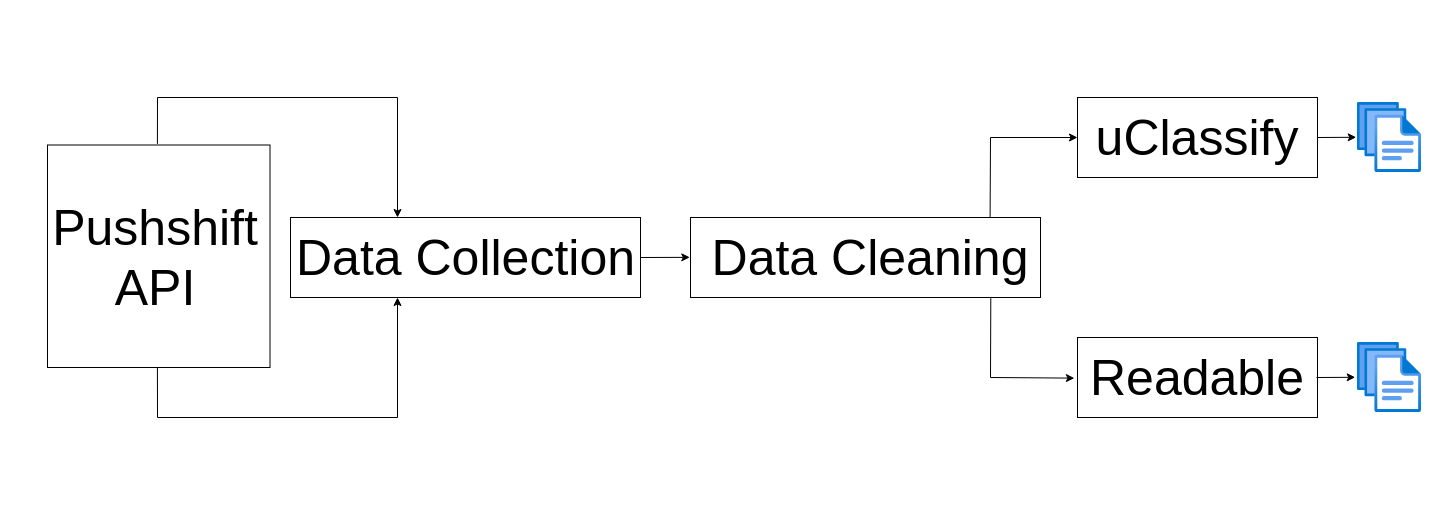
The draw.io diagram GenderBias.drawio in ankitverma5859/drawio, before the edit. Source tidied: cells renumbered, new cells numbered last; positions are measured from the earlier drawing's top-left corner, leaving out a move shared by most shapes. Both pictures are drawn from the tidied source at 100%, with x=0, y=0 at pixel (47, 97).
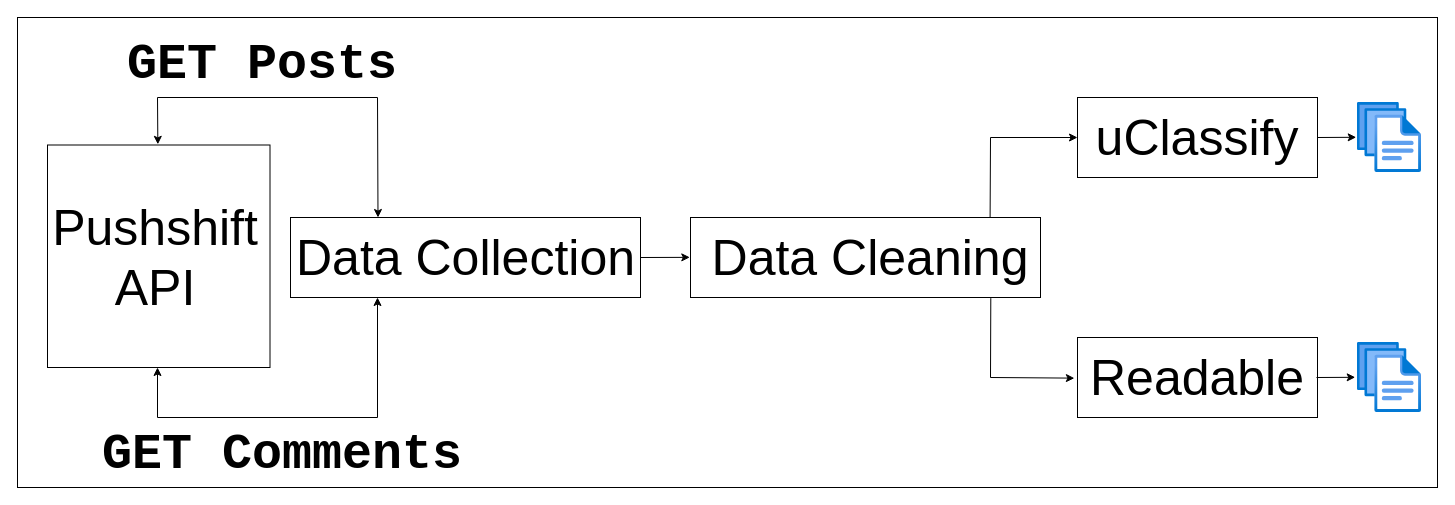
The same page after the edit.

The change refers to these unchanged cells:
```xml
<mxCell id="14" style="rounded=0;whiteSpace=wrap;html=1;" parent="1" vertex="1">
  <mxGeometry x="243" y="120" width="350" height="80" as="geometry" />
</mxCell>
<mxCell id="17" style="whiteSpace=wrap;html=1;fontSize=50;" parent="1" vertex="1">
  <mxGeometry y="47.5" width="222.5" height="222.5" as="geometry" />
</mxCell>
```

Diff of the diagram source:
```diff
@@
+    <mxCell id="21" style="rounded=0;whiteSpace=wrap;html=1;fontFamily=Courier New;fontSize=50;" parent="1" vertex="1">
+      <mxGeometry x="-30" y="-80" width="1420" height="470" as="geometry" />
+    </mxCell>
@@
-    <mxCell id="19" style="endArrow=classic;html=1;rounded=0;fontSize=50;exitX=0.494;exitY=-0.005;exitDx=0;exitDy=0;exitPerimeter=0;" parent="1" edge="1" source="17">
-      <mxGeometry relative="1" as="geometry">
-        <mxPoint x="350" y="120" as="targetPoint" />
-        <Array as="points">
-          <mxPoint x="110" />
-          <mxPoint x="350" />
-        </Array>
-      </mxGeometry>
-    </mxCell>
-    <mxCell id="20" style="endArrow=classic;html=1;rounded=0;fontSize=50;exitX=0.494;exitY=1.001;exitDx=0;exitDy=0;exitPerimeter=0;" parent="1" edge="1" source="17">
-      <mxGeometry relative="1" as="geometry">
-        <mxPoint x="350" y="200" as="targetPoint" />
-        <Array as="points">
-          <mxPoint x="110" y="320" />
-          <mxPoint x="350" y="320" />
-        </Array>
-      </mxGeometry>
-    </mxCell>
+    <mxCell id="22" style="endArrow=classic;startArrow=classic;html=1;rounded=0;fontSize=50;exitX=0.25;exitY=0;exitDx=0;exitDy=0;entryX=0.496;entryY=-0.003;entryDx=0;entryDy=0;entryPerimeter=0;" parent="1" edge="1" source="14" target="17">
+      <mxGeometry relative="1" as="geometry">
+        <Array as="points">
+          <mxPoint x="330" />
+          <mxPoint x="110" />
+        </Array>
+      </mxGeometry>
+    </mxCell>
+    <mxCell id="23" style="endArrow=classic;startArrow=classic;html=1;rounded=0;fontSize=50;" parent="1" edge="1">
+      <mxGeometry relative="1" as="geometry">
+        <mxPoint x="110" y="270" as="sourcePoint" />
+        <mxPoint x="330" y="200" as="targetPoint" />
+        <Array as="points">
+          <mxPoint x="110" y="320" />
+          <mxPoint x="330" y="320" />
+        </Array>
+      </mxGeometry>
+    </mxCell>
+    <mxCell id="24" value="&lt;font face=&quot;Courier New&quot;&gt;&lt;b&gt;GET Posts&lt;/b&gt;&lt;/font&gt;" style="text;html=1;strokeColor=none;fillColor=none;align=center;verticalAlign=middle;whiteSpace=wrap;rounded=0;fontSize=50;" parent="1" vertex="1">
+      <mxGeometry x="50" y="-50" width="330" height="30" as="geometry" />
+    </mxCell>
+    <mxCell id="25" value="&lt;font face=&quot;Courier New&quot;&gt;&lt;b&gt;GET Comments&lt;/b&gt;&lt;/font&gt;" style="text;html=1;strokeColor=none;fillColor=none;align=center;verticalAlign=middle;whiteSpace=wrap;rounded=0;fontSize=50;" parent="1" vertex="1">
+      <mxGeometry x="30" y="340" width="410" height="30" as="geometry" />
+    </mxCell>
```
